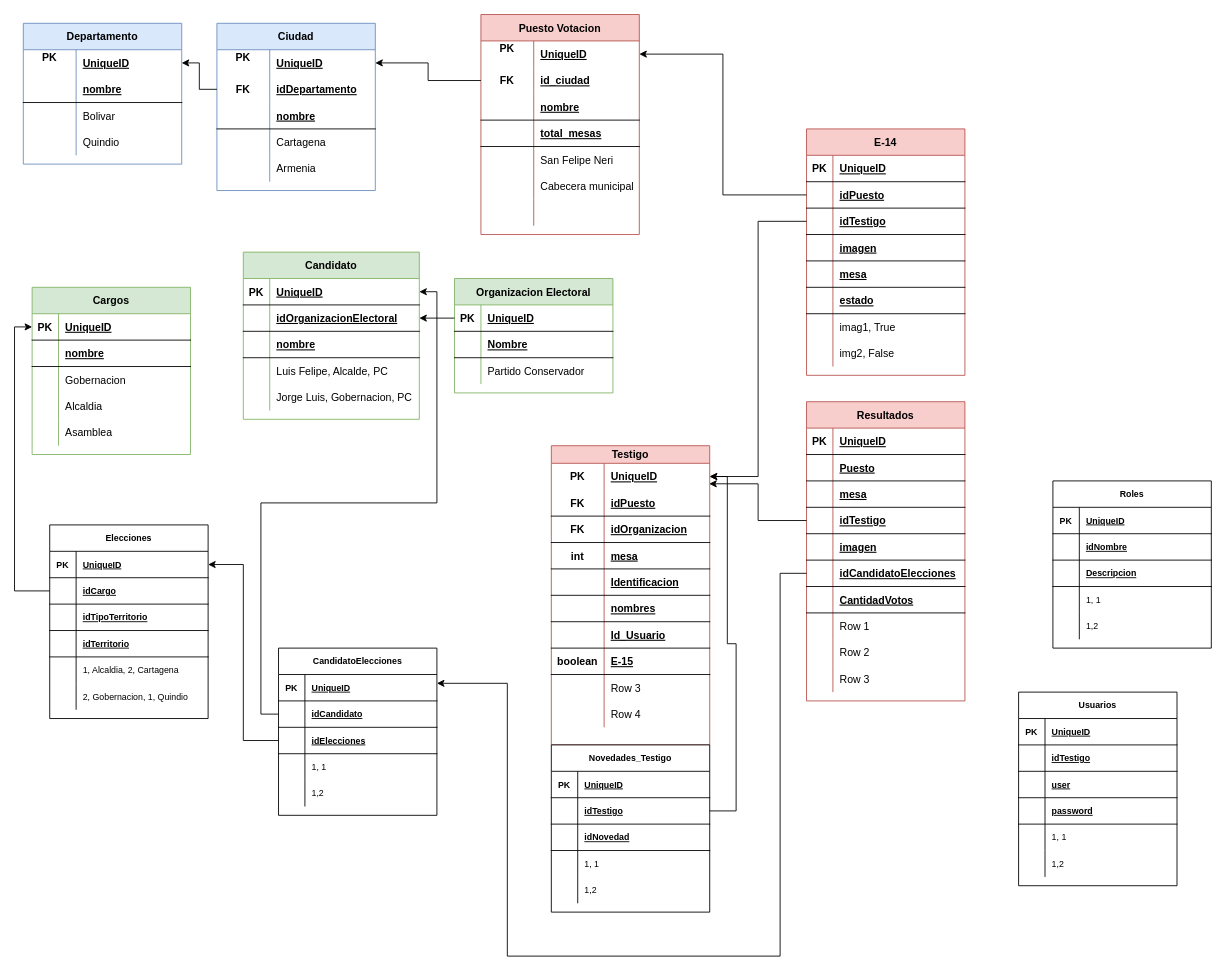
This is page "Modelo E-R" (2 of 6) of Testigos Electorales.drawio from jlchavarriaga/TestigosElectorales, a draw.io file, before an edit. Source tidied: cells renumbered, new cells numbered last; positions are measured from the earlier drawing's top-left corner, leaving out a move shared by most shapes. Both pictures are drawn from the tidied source at 88%, with x=0, y=0 at pixel (23, 14).
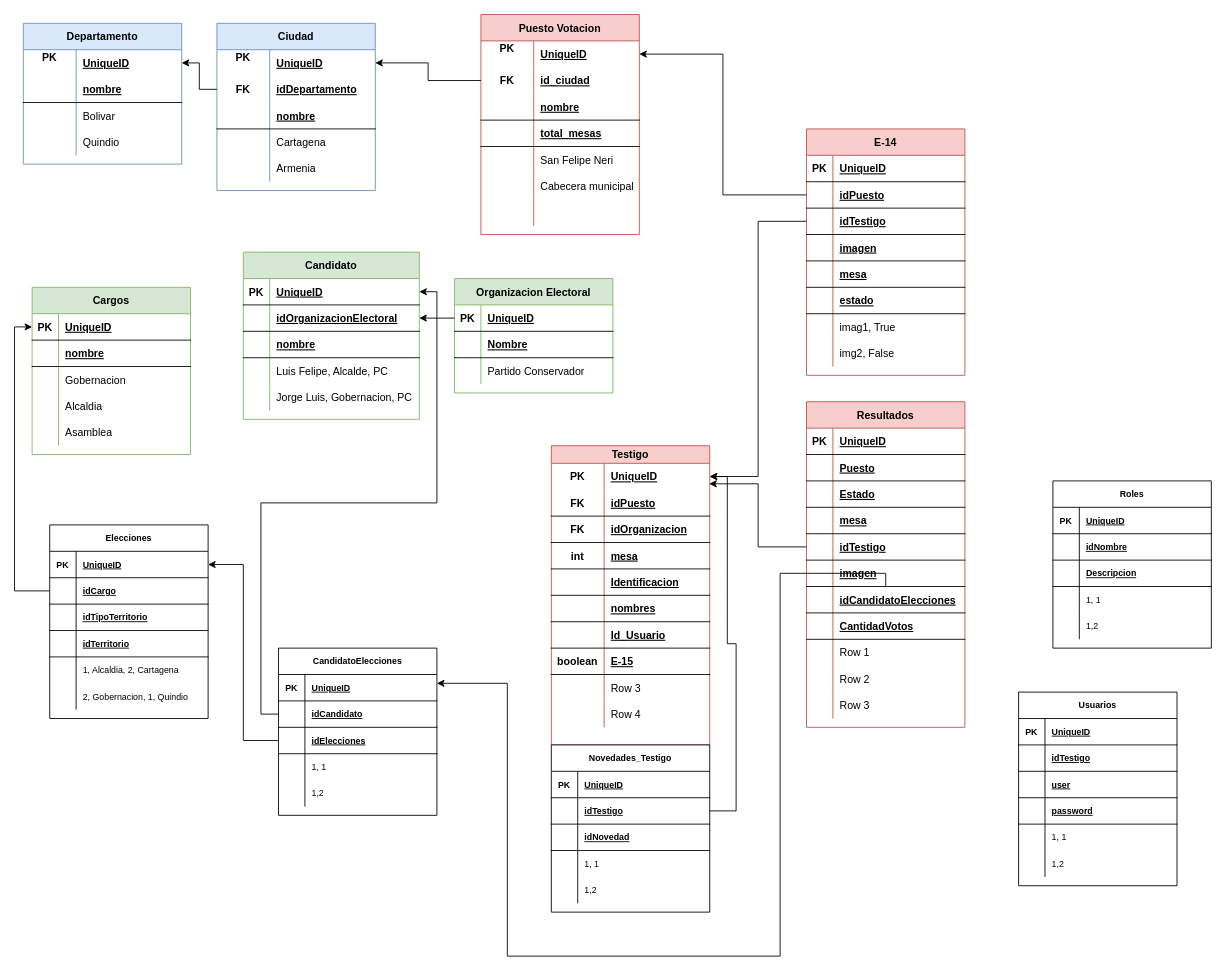
Above is the later version.

Change to the diagram source:
```diff
@@
     <mxCell id="156" value="Resultados" style="shape=table;startSize=30;childLayout=tableLayout;rowLines=0;fontStyle=1;align=center;fillColor=#f8cecc;strokeColor=#b85450;" parent="1" vertex="1">
-      <mxGeometry x="890" y="440" width="180" height="340" as="geometry" />
+      <mxGeometry x="890" y="440" width="180" height="370" as="geometry" />
     </mxCell>
@@
+    <mxCell id="280" style="shape=tableRow;horizontal=0;startSize=0;swimlaneHead=0;swimlaneBody=0;fillColor=none;top=0;left=0;right=0;bottom=1;" parent="156" vertex="1">
+      <mxGeometry y="90" width="180" height="30" as="geometry" />
+    </mxCell>
+    <mxCell id="281" style="shape=partialRectangle;fillColor=none;top=0;left=0;bottom=0;right=0;fontStyle=1;overflow=hidden;" parent="280" vertex="1">
+      <mxGeometry width="30" height="30" as="geometry" />
+    </mxCell>
+    <mxCell id="282" value="Estado" style="shape=partialRectangle;fillColor=none;top=0;left=0;bottom=0;right=0;align=left;spacingLeft=6;fontStyle=5;overflow=hidden;" parent="280" vertex="1">
+      <mxGeometry x="30" width="150" height="30" as="geometry" />
+    </mxCell>
     <mxCell id="163" style="shape=tableRow;horizontal=0;startSize=0;swimlaneHead=0;swimlaneBody=0;fillColor=none;top=0;left=0;right=0;bottom=1;" parent="156" vertex="1">
-      <mxGeometry y="90" width="180" height="30" as="geometry" />
+      <mxGeometry y="120" width="180" height="30" as="geometry" />
     </mxCell>
@@
     <mxCell id="166" style="shape=tableRow;horizontal=0;startSize=0;swimlaneHead=0;swimlaneBody=0;fillColor=none;points=[[0,0.5],[1,0.5]];portConstraint=eastwest;top=0;left=0;right=0;bottom=1;" parent="156" vertex="1">
-      <mxGeometry y="120" width="180" height="30" as="geometry" />
+      <mxGeometry y="150" width="180" height="30" as="geometry" />
     </mxCell>
@@
     <mxCell id="169" style="shape=tableRow;horizontal=0;startSize=0;swimlaneHead=0;swimlaneBody=0;fillColor=none;top=0;left=0;right=0;bottom=1;" parent="156" vertex="1">
-      <mxGeometry y="150" width="180" height="30" as="geometry" />
+      <mxGeometry y="180" width="180" height="30" as="geometry" />
     </mxCell>
@@
     <mxCell id="172" style="shape=tableRow;horizontal=0;startSize=0;swimlaneHead=0;swimlaneBody=0;fillColor=none;points=[[0,0.5],[1,0.5]];portConstraint=eastwest;top=0;left=0;right=0;bottom=1;" parent="156" vertex="1">
-      <mxGeometry y="180" width="180" height="30" as="geometry" />
+      <mxGeometry y="210" width="180" height="30" as="geometry" />
     </mxCell>
@@
     <mxCell id="175" style="shape=tableRow;horizontal=0;startSize=0;swimlaneHead=0;swimlaneBody=0;fillColor=none;top=0;left=0;right=0;bottom=1;" parent="156" vertex="1">
-      <mxGeometry y="210" width="180" height="30" as="geometry" />
+      <mxGeometry y="240" width="180" height="30" as="geometry" />
     </mxCell>
@@
     <mxCell id="178" style="shape=tableRow;horizontal=0;startSize=0;swimlaneHead=0;swimlaneBody=0;fillColor=none;top=0;left=0;right=0;bottom=0;" parent="156" vertex="1">
-      <mxGeometry y="240" width="180" height="30" as="geometry" />
+      <mxGeometry y="270" width="180" height="30" as="geometry" />
     </mxCell>
@@
     <mxCell id="181" style="shape=tableRow;horizontal=0;startSize=0;swimlaneHead=0;swimlaneBody=0;fillColor=none;top=0;left=0;right=0;bottom=0;" parent="156" vertex="1">
-      <mxGeometry y="270" width="180" height="30" as="geometry" />
+      <mxGeometry y="300" width="180" height="30" as="geometry" />
     </mxCell>
@@
     <mxCell id="184" style="shape=tableRow;horizontal=0;startSize=0;swimlaneHead=0;swimlaneBody=0;fillColor=none;top=0;left=0;right=0;bottom=0;" parent="156" vertex="1">
-      <mxGeometry y="300" width="180" height="30" as="geometry" />
+      <mxGeometry y="330" width="180" height="30" as="geometry" />
     </mxCell>
```
